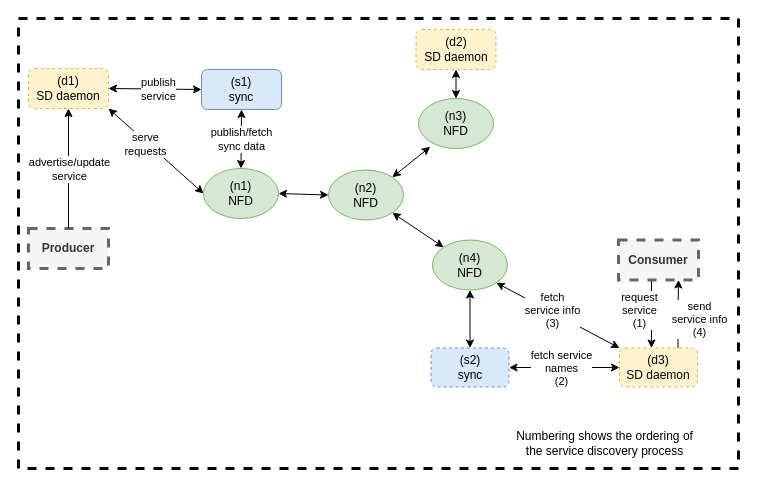
dulalsaurab/NDNSD keeps this draw.io diagram as service_discovery.drawio. Above is the earlier version. Source tidied: cells renumbered, new cells numbered last; positions are measured from the earlier drawing's top-left corner, leaving out a move shared by most shapes. Both pictures are drawn from the tidied source at 100%, with x=0, y=0 at pixel (18, 18).
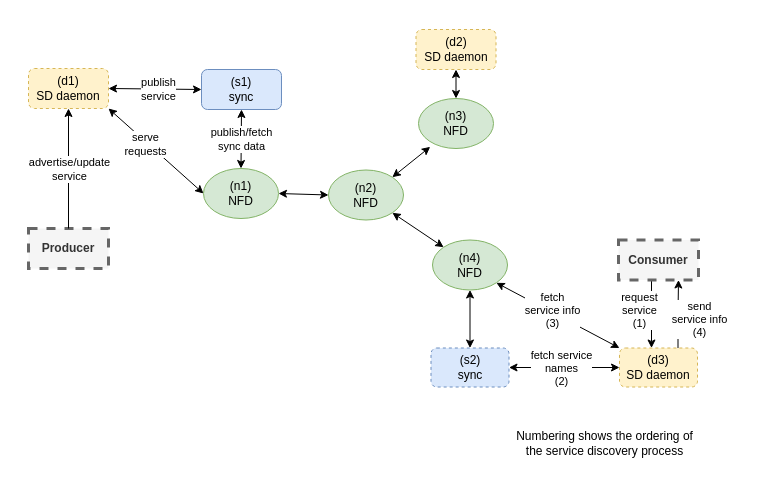
Above is the later version.

Change to the diagram source:
```diff
@@
-    <mxCell id="35" style="rounded=0;whiteSpace=wrap;html=1;dashed=1;strokeWidth=3;fillColor=none;gradientColor=none;" parent="1" vertex="1">
+    <mxCell id="35" style="rounded=0;whiteSpace=wrap;html=1;dashed=1;strokeWidth=1;fillColor=none;gradientColor=none;strokeColor=none;" parent="1" vertex="1">
       <mxGeometry width="720" height="450" as="geometry" />
     </mxCell>
```
